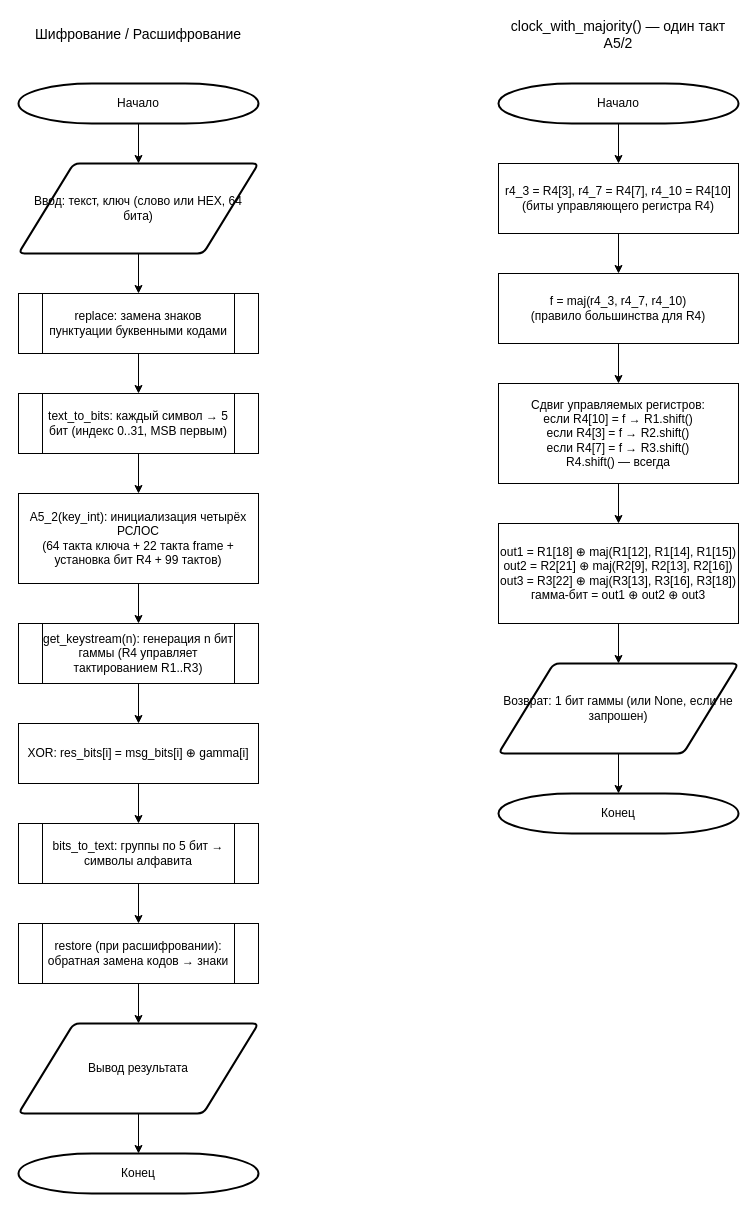
Before: a52_diagram.drawio in Laincetta/mospolytech-cryptography, a draw.io diagram. Source tidied: cells renumbered, new cells numbered last; positions are measured from the earlier drawing's top-left corner, leaving out a move shared by most shapes. Both pictures are drawn from the tidied source at 100%, with x=0, y=0 at pixel (18, 24).
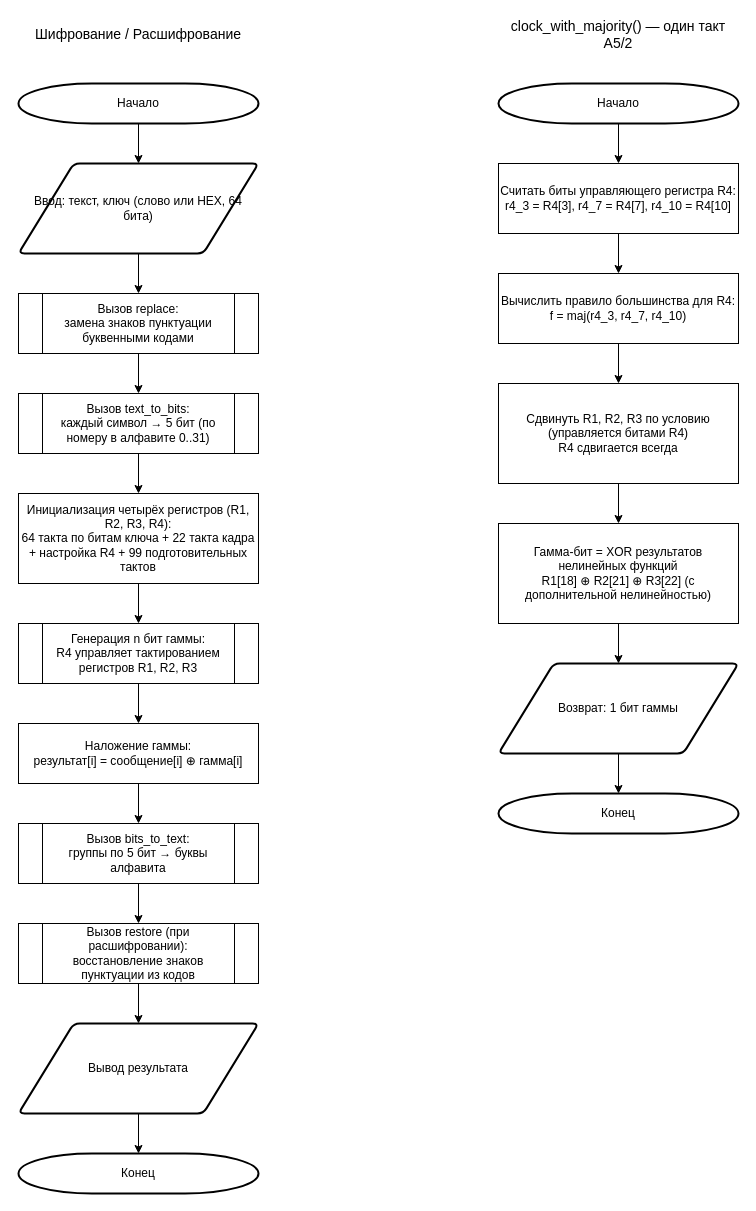
After the change.

Change to the diagram source:
```diff
@@
-    <mxCell id="5" value="replace: замена знаков пунктуации буквенными кодами" style="shape=process;whiteSpace=wrap;html=1;backgroundOutline=1;" parent="1" vertex="1">
+    <mxCell id="5" value="Вызов replace:&#10;замена знаков пунктуации буквенными кодами" style="shape=process;whiteSpace=wrap;html=1;backgroundOutline=1;" parent="1" vertex="1">
       <mxGeometry y="269" width="240" height="60" as="geometry" />
     </mxCell>
-    <mxCell id="6" value="text_to_bits: каждый символ → 5 бит (индекс 0..31, MSB первым)" style="shape=process;whiteSpace=wrap;html=1;backgroundOutline=1;" parent="1" vertex="1">
+    <mxCell id="6" value="Вызов text_to_bits:&#10;каждый символ → 5 бит (по номеру в алфавите 0..31)" style="shape=process;whiteSpace=wrap;html=1;backgroundOutline=1;" parent="1" vertex="1">
       <mxGeometry y="369" width="240" height="60" as="geometry" />
     </mxCell>
-    <mxCell id="7" value="A5_2(key_int): инициализация четырёх РСЛОС&#10;(64 такта ключа + 22 такта frame + установка бит R4 + 99 тактов)" style="rounded=0;whiteSpace=wrap;html=1;" parent="1" vertex="1">
+    <mxCell id="7" value="Инициализация четырёх регистров (R1, R2, R3, R4):&#10;64 такта по битам ключа + 22 такта кадра&#10;+ настройка R4 + 99 подготовительных тактов" style="rounded=0;whiteSpace=wrap;html=1;" parent="1" vertex="1">
       <mxGeometry y="469" width="240" height="90" as="geometry" />
     </mxCell>
-    <mxCell id="8" value="get_keystream(n): генерация n бит гаммы (R4 управляет тактированием R1..R3)" style="shape=process;whiteSpace=wrap;html=1;backgroundOutline=1;" parent="1" vertex="1">
+    <mxCell id="8" value="Генерация n бит гаммы:&#10;R4 управляет тактированием регистров R1, R2, R3" style="shape=process;whiteSpace=wrap;html=1;backgroundOutline=1;" parent="1" vertex="1">
       <mxGeometry y="599" width="240" height="60" as="geometry" />
     </mxCell>
-    <mxCell id="9" value="XOR: res_bits[i] = msg_bits[i] ⊕ gamma[i]" style="rounded=0;whiteSpace=wrap;html=1;" parent="1" vertex="1">
+    <mxCell id="9" value="Наложение гаммы:&#10;результат[i] = сообщение[i] ⊕ гамма[i]" style="rounded=0;whiteSpace=wrap;html=1;" parent="1" vertex="1">
       <mxGeometry y="699" width="240" height="60" as="geometry" />
     </mxCell>
-    <mxCell id="10" value="bits_to_text: группы по 5 бит → символы алфавита" style="shape=process;whiteSpace=wrap;html=1;backgroundOutline=1;" parent="1" vertex="1">
+    <mxCell id="10" value="Вызов bits_to_text:&#10;группы по 5 бит → буквы алфавита" style="shape=process;whiteSpace=wrap;html=1;backgroundOutline=1;" parent="1" vertex="1">
       <mxGeometry y="799" width="240" height="60" as="geometry" />
     </mxCell>
-    <mxCell id="11" value="restore (при расшифровании): обратная замена кодов → знаки" style="shape=process;whiteSpace=wrap;html=1;backgroundOutline=1;" parent="1" vertex="1">
+    <mxCell id="11" value="Вызов restore (при расшифровании):&#10;восстановление знаков пунктуации из кодов" style="shape=process;whiteSpace=wrap;html=1;backgroundOutline=1;" parent="1" vertex="1">
       <mxGeometry y="899" width="240" height="60" as="geometry" />
     </mxCell>
@@
-    <mxCell id="26" value="r4_3 = R4[3], r4_7 = R4[7], r4_10 = R4[10]&#10;(биты управляющего регистра R4)" style="rounded=0;whiteSpace=wrap;html=1;" parent="1" vertex="1">
+    <mxCell id="26" value="Считать биты управляющего регистра R4:&#10;r4_3 = R4[3],  r4_7 = R4[7],  r4_10 = R4[10]" style="rounded=0;whiteSpace=wrap;html=1;" parent="1" vertex="1">
       <mxGeometry x="480" y="139" width="240" height="70" as="geometry" />
     </mxCell>
-    <mxCell id="27" value="f = maj(r4_3, r4_7, r4_10)&#10;(правило большинства для R4)" style="rounded=0;whiteSpace=wrap;html=1;" parent="1" vertex="1">
+    <mxCell id="27" value="Вычислить правило большинства для R4:&#10;f = maj(r4_3, r4_7, r4_10)" style="rounded=0;whiteSpace=wrap;html=1;" parent="1" vertex="1">
       <mxGeometry x="480" y="249" width="240" height="70" as="geometry" />
     </mxCell>
-    <mxCell id="28" value="Сдвиг управляемых регистров:&#10;если R4[10] = f → R1.shift()&#10;если R4[3] = f → R2.shift()&#10;если R4[7] = f → R3.shift()&#10;R4.shift() — всегда" style="rounded=0;whiteSpace=wrap;html=1;" parent="1" vertex="1">
+    <mxCell id="28" value="Сдвинуть R1, R2, R3 по условию (управляется битами R4)&#10;R4 сдвигается всегда" style="rounded=0;whiteSpace=wrap;html=1;" parent="1" vertex="1">
       <mxGeometry x="480" y="359" width="240" height="100" as="geometry" />
     </mxCell>
-    <mxCell id="29" value="out1 = R1[18] ⊕ maj(R1[12], R1[14], R1[15])&#10;out2 = R2[21] ⊕ maj(R2[9], R2[13], R2[16])&#10;out3 = R3[22] ⊕ maj(R3[13], R3[16], R3[18])&#10;гамма-бит = out1 ⊕ out2 ⊕ out3" style="rounded=0;whiteSpace=wrap;html=1;" parent="1" vertex="1">
+    <mxCell id="29" value="Гамма-бит = XOR результатов нелинейных функций&#10;R1[18] ⊕ R2[21] ⊕ R3[22] (с дополнительной нелинейностью)" style="rounded=0;whiteSpace=wrap;html=1;" parent="1" vertex="1">
       <mxGeometry x="480" y="499" width="240" height="100" as="geometry" />
     </mxCell>
-    <mxCell id="30" value="Возврат: 1 бит гаммы (или None, если не запрошен)" style="shape=parallelogram;html=1;strokeWidth=2;perimeter=parallelogramPerimeter;whiteSpace=wrap;rounded=1;arcSize=12;size=0.23;" parent="1" vertex="1">
+    <mxCell id="30" value="Возврат: 1 бит гаммы" style="shape=parallelogram;html=1;strokeWidth=2;perimeter=parallelogramPerimeter;whiteSpace=wrap;rounded=1;arcSize=12;size=0.23;" parent="1" vertex="1">
       <mxGeometry x="480" y="639" width="240" height="90" as="geometry" />
     </mxCell>
```
